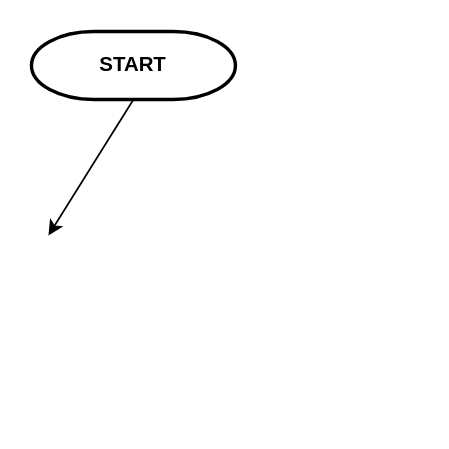
This is flowchart.drawio from hashcat26/project_files, a draw.io file, before an edit. Source tidied: cells renumbered, new cells numbered last; positions are measured from the earlier drawing's top-left corner, leaving out a move shared by most shapes. Both pictures are drawn from the tidied source at 170%, with x=0, y=0 at pixel (31, 31).
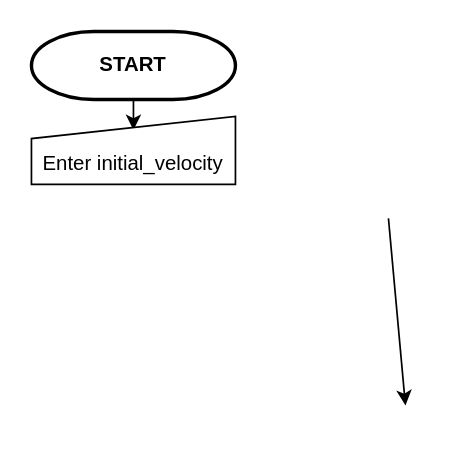
The same page after the edit.

Change to the diagram source:
```diff
@@
 <mxGraphModel>
   <root>
     <mxCell id="0" />
     <mxCell id="1" parent="0" />
     <mxCell id="2" value="START" style="strokeWidth=2;html=1;shape=mxgraph.flowchart.terminator;whiteSpace=wrap;fontStyle=1;" parent="1" vertex="1">
       <mxGeometry width="120" height="40" as="geometry" />
     </mxCell>
-    <mxCell id="3" style="endArrow=classic;html=1;exitX=0.5;exitY=1;exitDx=0;exitDy=0;exitPerimeter=0;" parent="1" edge="1" source="2">
-      <mxGeometry relative="1" as="geometry">
-        <mxPoint x="10" y="120" as="targetPoint" />
-      </mxGeometry>
+    <mxCell id="3" style="endArrow=classic;html=1;exitX=0.5;exitY=1;exitDx=0;exitDy=0;exitPerimeter=0;entryX=0.5;entryY=0.2;entryDx=0;entryDy=0;entryPerimeter=0;" parent="1" edge="1" source="2" target="4">
+      <mxGeometry relative="1" as="geometry" />
     </mxCell>
+    <mxCell id="4" value="&lt;br&gt;Enter initial_velocity" style="shape=manualInput;whiteSpace=wrap;html=1;size=13;" parent="1" vertex="1">
+      <mxGeometry y="50" width="120" height="40" as="geometry" />
+    </mxCell>
+    <mxCell id="5" style="endArrow=classic;html=1;exitX=0.5;exitY=1;exitDx=0;exitDy=0;exitPerimeter=0;" parent="1" edge="1">
+      <mxGeometry relative="1" as="geometry">
+        <mxPoint x="210" y="110" as="sourcePoint" />
+        <mxPoint x="220" y="220" as="targetPoint" />
+      </mxGeometry>
+    </mxCell>
   </root>
 </mxGraphModel>
```
